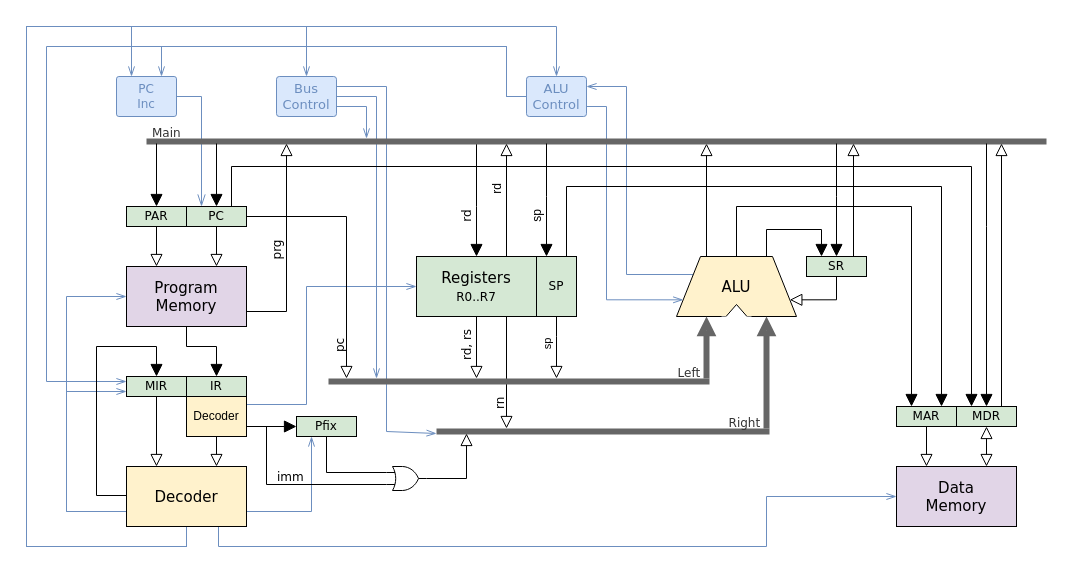
The draw.io diagram Docs/CPU74Diagram9.drawio in John-Lluch/CPU74, before the edit. Source tidied: cells renumbered, new cells numbered last; positions are measured from the earlier drawing's top-left corner, leaving out a move shared by most shapes. Both pictures are drawn from the tidied source at 100%, with x=0, y=0 at pixel (26, 26).
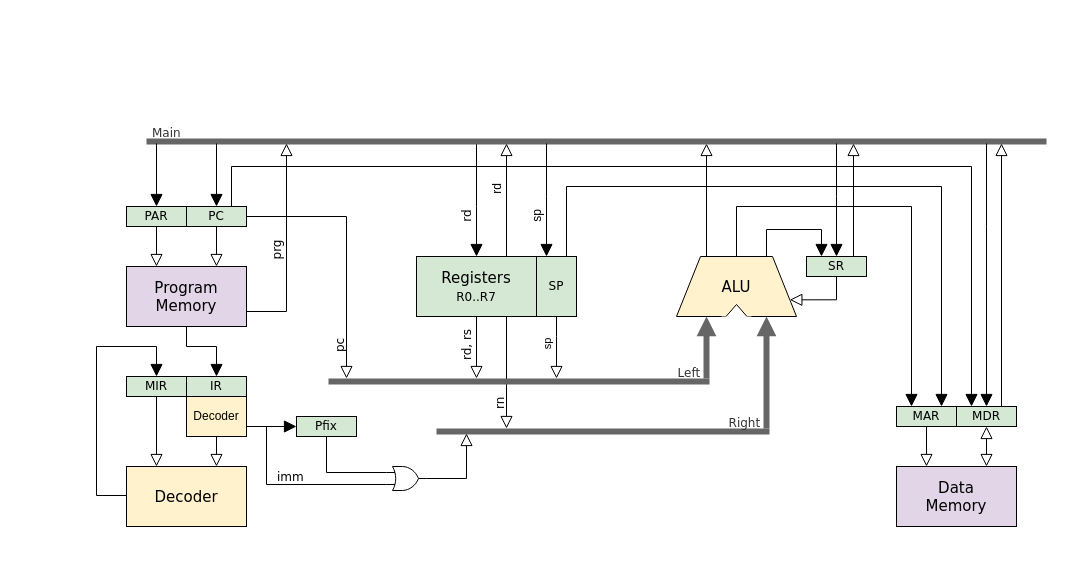
After the change.

The change refers to these unchanged cells:
```xml
<mxCell id="23" value="ALU" style="shape=trapezoid;perimeter=trapezoidPerimeter;whiteSpace=wrap;html=1;strokeWidth=1;fontFamily=Verdana;fontSize=15;fillColor=#fff2cc;strokeColor=#000000;rotation=0;" parent="21" vertex="1">
  <mxGeometry x="650" y="230" width="120" height="60" as="geometry" />
</mxCell>
<mxCell id="28" value="&lt;font&gt;Registers&lt;br&gt;&lt;font style=&quot;font-size: 12px&quot;&gt;R0..R7&lt;/font&gt;&lt;/font&gt;" style="text;html=1;strokeColor=#000000;fillColor=#d5e8d4;align=center;verticalAlign=middle;whiteSpace=wrap;rounded=0;strokeWidth=1;fontFamily=Verdana;fontSize=15;" parent="21" vertex="1">
  <mxGeometry x="390" y="230" width="120" height="60" as="geometry" />
</mxCell>
<mxCell id="29" value="Left&amp;nbsp;" style="line;strokeWidth=6;html=1;perimeter=backbonePerimeter;points=[];outlineConnect=0;fontFamily=Verdana;fontSize=12;horizontal=1;verticalAlign=bottom;labelBackgroundColor=none;align=right;spacing=6;fillColor=#f5f5f5;strokeColor=#666666;fontColor=#333333;" parent="21" vertex="1">
  <mxGeometry x="302" y="350" width="381" height="10" as="geometry" />
</mxCell>
<mxCell id="30" value="Right&amp;nbsp;" style="line;strokeWidth=6;html=1;perimeter=backbonePerimeter;points=[];outlineConnect=0;fontFamily=Verdana;fontSize=12;spacing=6;verticalAlign=bottom;shadow=0;align=right;fillColor=#f5f5f5;strokeColor=#666666;fontColor=#333333;labelBackgroundColor=none;" parent="21" vertex="1">
  <mxGeometry x="410" y="400" width="333" height="10" as="geometry" />
</mxCell>
<mxCell id="32" value="Main" style="line;strokeWidth=6;html=1;perimeter=backbonePerimeter;points=[];outlineConnect=0;fontFamily=Verdana;fontSize=12;spacing=6;verticalAlign=bottom;fillColor=#f5f5f5;strokeColor=#666666;shadow=0;align=left;fontColor=#333333;labelBackgroundColor=none;" parent="21" vertex="1">
  <mxGeometry x="120" y="110" width="900" height="10" as="geometry" />
</mxCell>
<mxCell id="44" value="Decoder" style="text;html=1;strokeColor=#000000;fillColor=#fff2cc;align=center;verticalAlign=middle;whiteSpace=wrap;rounded=0;strokeWidth=1;fontFamily=Verdana;fontSize=15;" parent="21" vertex="1">
  <mxGeometry x="100" y="440" width="120" height="60" as="geometry" />
</mxCell>
<mxCell id="47" value="MIR" style="text;html=1;strokeColor=#000000;fillColor=#d5e8d4;align=center;verticalAlign=middle;whiteSpace=wrap;rounded=0;strokeWidth=1;fontFamily=Verdana;fontSize=12;" parent="21" vertex="1">
  <mxGeometry x="100" y="350" width="60" height="20" as="geometry" />
</mxCell>
<mxCell id="52" value="Data&lt;br&gt;Memory" style="text;html=1;strokeColor=#000000;fillColor=#e1d5e7;align=center;verticalAlign=middle;whiteSpace=wrap;rounded=0;strokeWidth=1;fontFamily=Verdana;fontSize=15;" parent="21" vertex="1">
  <mxGeometry x="870" y="440" width="120" height="60" as="geometry" />
</mxCell>
<mxCell id="58" value="Program&lt;br&gt;Memory" style="text;html=1;strokeColor=#000000;fillColor=#e1d5e7;align=center;verticalAlign=middle;whiteSpace=wrap;rounded=0;strokeWidth=1;fontFamily=Verdana;fontSize=15;" parent="21" vertex="1">
  <mxGeometry x="100" y="240" width="120" height="60" as="geometry" />
</mxCell>
<mxCell id="62" value="PC" style="text;html=1;strokeColor=#000000;fillColor=#d5e8d4;align=center;verticalAlign=middle;whiteSpace=wrap;rounded=0;strokeWidth=1;fontFamily=Verdana;fontSize=12;" parent="21" vertex="1">
  <mxGeometry x="160" y="180" width="60" height="20" as="geometry" />
</mxCell>
<mxCell id="67" value="Decoder" style="rounded=0;whiteSpace=wrap;html=1;fillColor=#fff2cc;strokeColor=#000000;" parent="21" vertex="1">
  <mxGeometry x="160" y="370" width="60" height="40" as="geometry" />
</mxCell>
<mxCell id="73" value="Pfix" style="text;html=1;strokeColor=#000000;fillColor=#d5e8d4;align=center;verticalAlign=middle;whiteSpace=wrap;rounded=0;strokeWidth=1;fontFamily=Verdana;fontSize=12;" parent="21" vertex="1">
  <mxGeometry x="270" y="390" width="60" height="20" as="geometry" />
</mxCell>
```

Diff of the diagram source:
```diff
@@
-    <mxCell id="1" parent="0" />
-    <mxCell id="2" style="edgeStyle=orthogonalEdgeStyle;rounded=0;comic=0;jettySize=auto;html=1;exitX=0.5;exitY=1;exitDx=0;exitDy=0;entryX=0.5;entryY=0;entryDx=0;entryDy=0;shadow=0;startSize=8;endArrow=openThin;endFill=0;endSize=8;strokeColor=#6c8ebf;strokeWidth=1;fontFamily=Verdana;fontSize=12;fontColor=#6C8EBF;fillColor=#dae8fc;" parent="1" edge="1" source="44" target="6">
-      <mxGeometry relative="1" as="geometry">
-        <Array as="points">
-          <mxPoint x="160" y="520" />
-          <mxPoint y="520" />
-          <mxPoint />
-          <mxPoint x="530" />
-        </Array>
-      </mxGeometry>
-    </mxCell>
-    <mxCell id="3" style="edgeStyle=orthogonalEdgeStyle;rounded=0;comic=0;jettySize=auto;html=1;exitX=1;exitY=0.75;exitDx=0;exitDy=0;shadow=0;startSize=8;endArrow=openThin;endFill=0;endSize=8;strokeColor=#6c8ebf;strokeWidth=1;fontFamily=Verdana;fontSize=12;fontColor=#6C8EBF;fillColor=#dae8fc;entryX=0;entryY=0.75;entryDx=0;entryDy=0;" parent="1" edge="1" source="6" target="23">
-      <mxGeometry relative="1" as="geometry">
-        <Array as="points">
-          <mxPoint x="580" y="80" />
-          <mxPoint x="580" y="273" />
-        </Array>
-      </mxGeometry>
-    </mxCell>
-    <mxCell id="4" style="edgeStyle=orthogonalEdgeStyle;rounded=0;jettySize=auto;html=1;fontSize=12;entryX=0.25;entryY=0;entryDx=0;entryDy=0;endArrow=openThin;endFill=0;strokeWidth=1;endSize=10;startSize=10;exitX=1;exitY=0.5;exitDx=0;exitDy=0;fillColor=#dae8fc;strokeColor=#6c8ebf;" parent="1" edge="1" source="5" target="62">
-      <mxGeometry relative="1" as="geometry">
-        <Array as="points">
-          <mxPoint x="175" y="70" />
-        </Array>
-      </mxGeometry>
-    </mxCell>
-    <mxCell id="5" value="PC&lt;br&gt;Inc" style="text;html=1;strokeColor=#6c8ebf;fillColor=#dae8fc;align=center;verticalAlign=middle;whiteSpace=wrap;rounded=1;fontSize=12;fontFamily=Verdana;arcSize=6;fontColor=#6C8EBF;" parent="1" vertex="1">
-      <mxGeometry x="90" y="50" width="60" height="40" as="geometry" />
-    </mxCell>
-    <mxCell id="6" value="&lt;font face=&quot;Verdana&quot; style=&quot;font-size: 13px&quot;&gt;ALU Control&lt;/font&gt;" style="rounded=1;whiteSpace=wrap;html=1;fillColor=#dae8fc;strokeColor=#6c8ebf;arcSize=7;fontColor=#6C8EBF;" parent="1" vertex="1">
-      <mxGeometry x="500" y="50" width="60" height="40" as="geometry" />
-    </mxCell>
-    <mxCell id="7" style="edgeStyle=orthogonalEdgeStyle;rounded=0;comic=0;jettySize=auto;html=1;exitX=1;exitY=0.25;exitDx=0;exitDy=0;shadow=0;startSize=8;endArrow=openThin;endFill=0;endSize=8;strokeColor=#6c8ebf;strokeWidth=1;fontFamily=Verdana;fontSize=12;fontColor=#6C8EBF;fillColor=#dae8fc;" parent="1" edge="1" source="10" target="30">
-      <mxGeometry relative="1" as="geometry">
-        <Array as="points">
-          <mxPoint x="360" y="60" />
-          <mxPoint x="360" y="405" />
-        </Array>
-      </mxGeometry>
-    </mxCell>
-    <mxCell id="8" style="edgeStyle=orthogonalEdgeStyle;rounded=0;comic=0;jettySize=auto;html=1;exitX=1;exitY=0.5;exitDx=0;exitDy=0;shadow=0;startSize=8;endArrow=openThin;endFill=0;endSize=8;strokeColor=#6c8ebf;strokeWidth=1;fontFamily=Verdana;fontSize=12;fontColor=#6C8EBF;fillColor=#dae8fc;" parent="1" edge="1" source="10" target="29">
-      <mxGeometry relative="1" as="geometry">
-        <Array as="points">
-          <mxPoint x="350" y="70" />
-        </Array>
-      </mxGeometry>
-    </mxCell>
-    <mxCell id="9" style="edgeStyle=orthogonalEdgeStyle;rounded=0;comic=0;jettySize=auto;html=1;exitX=1;exitY=0.75;exitDx=0;exitDy=0;shadow=0;startSize=8;endArrow=openThin;endFill=0;endSize=8;strokeColor=#6c8ebf;strokeWidth=1;fontFamily=Verdana;fontSize=12;fontColor=#6C8EBF;fillColor=#dae8fc;" parent="1" edge="1" source="10" target="32">
-      <mxGeometry relative="1" as="geometry">
-        <Array as="points">
-          <mxPoint x="340" y="80" />
-        </Array>
-      </mxGeometry>
-    </mxCell>
-    <mxCell id="10" value="&lt;font face=&quot;Verdana&quot; style=&quot;font-size: 13px&quot;&gt;Bus&lt;br&gt;Control&lt;/font&gt;" style="rounded=1;whiteSpace=wrap;html=1;fillColor=#dae8fc;strokeColor=#6c8ebf;arcSize=7;fontColor=#6C8EBF;" parent="1" vertex="1">
-      <mxGeometry x="250" y="50" width="60" height="40" as="geometry" />
-    </mxCell>
-    <mxCell id="11" style="edgeStyle=orthogonalEdgeStyle;rounded=0;comic=0;jettySize=auto;html=1;exitX=0;exitY=0.75;exitDx=0;exitDy=0;entryX=0;entryY=0.5;entryDx=0;entryDy=0;shadow=0;startSize=8;endArrow=openThin;endFill=0;endSize=8;strokeColor=#6c8ebf;strokeWidth=1;fontFamily=Verdana;fontSize=12;fontColor=#6C8EBF;fillColor=#dae8fc;" parent="1" edge="1" source="44" target="58">
-      <mxGeometry relative="1" as="geometry">
-        <Array as="points">
-          <mxPoint x="40" y="485" />
-          <mxPoint x="40" y="270" />
-        </Array>
-      </mxGeometry>
-    </mxCell>
-    <mxCell id="12" style="edgeStyle=orthogonalEdgeStyle;rounded=0;comic=0;jettySize=auto;html=1;exitX=0.75;exitY=1;exitDx=0;exitDy=0;entryX=0;entryY=0.5;entryDx=0;entryDy=0;shadow=0;startSize=8;endArrow=openThin;endFill=0;endSize=8;strokeColor=#6c8ebf;strokeWidth=1;fontFamily=Verdana;fontSize=12;fontColor=#6C8EBF;fillColor=#dae8fc;" parent="1" edge="1" source="44" target="52">
-      <mxGeometry relative="1" as="geometry">
-        <Array as="points">
-          <mxPoint x="192" y="500" />
-          <mxPoint x="192" y="520" />
-          <mxPoint x="740" y="520" />
-          <mxPoint x="740" y="470" />
-        </Array>
-      </mxGeometry>
-    </mxCell>
-    <mxCell id="13" style="edgeStyle=orthogonalEdgeStyle;rounded=0;comic=0;jettySize=auto;html=1;exitX=0.5;exitY=1;exitDx=0;exitDy=0;shadow=0;startSize=8;endArrow=openThin;endFill=0;endSize=8;strokeColor=#6c8ebf;strokeWidth=1;fontFamily=Verdana;fontSize=12;fontColor=#6C8EBF;fillColor=#dae8fc;entryX=0.25;entryY=0;entryDx=0;entryDy=0;" parent="1" edge="1" source="44" target="5">
-      <mxGeometry relative="1" as="geometry">
-        <Array as="points">
-          <mxPoint x="160" y="520" />
-          <mxPoint y="520" />
-          <mxPoint />
-          <mxPoint x="105" />
-        </Array>
-      </mxGeometry>
-    </mxCell>
-    <mxCell id="14" style="edgeStyle=orthogonalEdgeStyle;rounded=0;comic=0;jettySize=auto;html=1;exitX=0.5;exitY=1;exitDx=0;exitDy=0;entryX=0.5;entryY=0;entryDx=0;entryDy=0;shadow=0;startSize=8;endArrow=openThin;endFill=0;endSize=8;strokeColor=#6c8ebf;strokeWidth=1;fontFamily=Verdana;fontSize=12;fontColor=#6C8EBF;fillColor=#dae8fc;" parent="1" edge="1" source="44" target="10">
-      <mxGeometry relative="1" as="geometry">
-        <Array as="points">
-          <mxPoint x="160" y="520" />
-          <mxPoint y="520" />
-          <mxPoint />
-          <mxPoint x="280" />
-        </Array>
-      </mxGeometry>
-    </mxCell>
-    <mxCell id="15" style="edgeStyle=orthogonalEdgeStyle;rounded=0;jettySize=auto;html=1;exitX=0;exitY=0.75;exitDx=0;exitDy=0;entryX=0;entryY=0.75;entryDx=0;entryDy=0;startArrow=none;startFill=0;startSize=8;endArrow=openThin;endFill=0;endSize=8;fontSize=12;align=left;fillColor=#dae8fc;strokeColor=#6c8ebf;" parent="1" edge="1" source="44" target="47">
-      <mxGeometry relative="1" as="geometry">
-        <Array as="points">
-          <mxPoint x="40" y="485" />
-          <mxPoint x="40" y="365" />
-        </Array>
-      </mxGeometry>
-    </mxCell>
-    <mxCell id="16" style="edgeStyle=orthogonalEdgeStyle;rounded=0;jettySize=auto;html=1;exitX=0;exitY=0.5;exitDx=0;exitDy=0;entryX=0.75;entryY=0;entryDx=0;entryDy=0;fillColor=#dae8fc;strokeColor=#6c8ebf;endSize=8;startSize=8;endArrow=openThin;endFill=0;" parent="1" edge="1" source="6" target="5">
-      <mxGeometry relative="1" as="geometry">
-        <Array as="points">
-          <mxPoint x="480" y="70" />
-          <mxPoint x="480" y="20" />
-          <mxPoint x="135" y="20" />
-        </Array>
-      </mxGeometry>
-    </mxCell>
-    <mxCell id="17" style="edgeStyle=orthogonalEdgeStyle;rounded=0;jettySize=auto;html=1;exitX=1;exitY=0.25;exitDx=0;exitDy=0;entryX=0;entryY=0.5;entryDx=0;entryDy=0;startArrow=none;startFill=0;startSize=8;endArrow=openThin;endFill=0;endSize=8;fontColor=#6C8EBF;fillColor=#dae8fc;strokeColor=#6c8ebf;" parent="1" edge="1" source="67" target="28">
-      <mxGeometry relative="1" as="geometry">
-        <Array as="points">
-          <mxPoint x="220" y="378" />
-          <mxPoint x="280" y="378" />
-          <mxPoint x="280" y="260" />
-        </Array>
-      </mxGeometry>
-    </mxCell>
-    <mxCell id="18" style="edgeStyle=orthogonalEdgeStyle;rounded=0;jettySize=auto;html=1;exitX=0;exitY=0.5;exitDx=0;exitDy=0;entryX=0;entryY=0.25;entryDx=0;entryDy=0;startArrow=none;startFill=0;startSize=8;endArrow=openThin;endFill=0;endSize=8;fontColor=#6C8EBF;align=left;fillColor=#dae8fc;strokeColor=#6c8ebf;" parent="1" edge="1" source="6" target="47">
-      <mxGeometry relative="1" as="geometry">
-        <Array as="points">
-          <mxPoint x="480" y="70" />
-          <mxPoint x="480" y="20" />
-          <mxPoint x="20" y="20" />
-          <mxPoint x="20" y="355" />
-        </Array>
-      </mxGeometry>
-    </mxCell>
-    <mxCell id="19" style="edgeStyle=orthogonalEdgeStyle;rounded=0;jettySize=auto;html=1;exitX=0;exitY=0.25;exitDx=0;exitDy=0;entryX=1;entryY=0.25;entryDx=0;entryDy=0;startArrow=none;startFill=0;startSize=8;endArrow=openThin;endFill=0;endSize=8;fontColor=#6C8EBF;align=left;fillColor=#dae8fc;strokeColor=#6c8ebf;" parent="1" edge="1" source="23" target="6">
-      <mxGeometry relative="1" as="geometry">
-        <Array as="points">
-          <mxPoint x="600" y="248" />
-          <mxPoint x="600" y="60" />
-        </Array>
-      </mxGeometry>
-    </mxCell>
-    <mxCell id="20" style="edgeStyle=orthogonalEdgeStyle;rounded=0;jettySize=auto;html=1;exitX=1;exitY=0.75;exitDx=0;exitDy=0;entryX=0.25;entryY=1;entryDx=0;entryDy=0;startSize=8;endArrow=openThin;endFill=0;endSize=8;fontSize=12;fillColor=#dae8fc;strokeColor=#6c8ebf;" parent="1" edge="1" source="44" target="73">
-      <mxGeometry relative="1" as="geometry" />
-    </mxCell>
```
